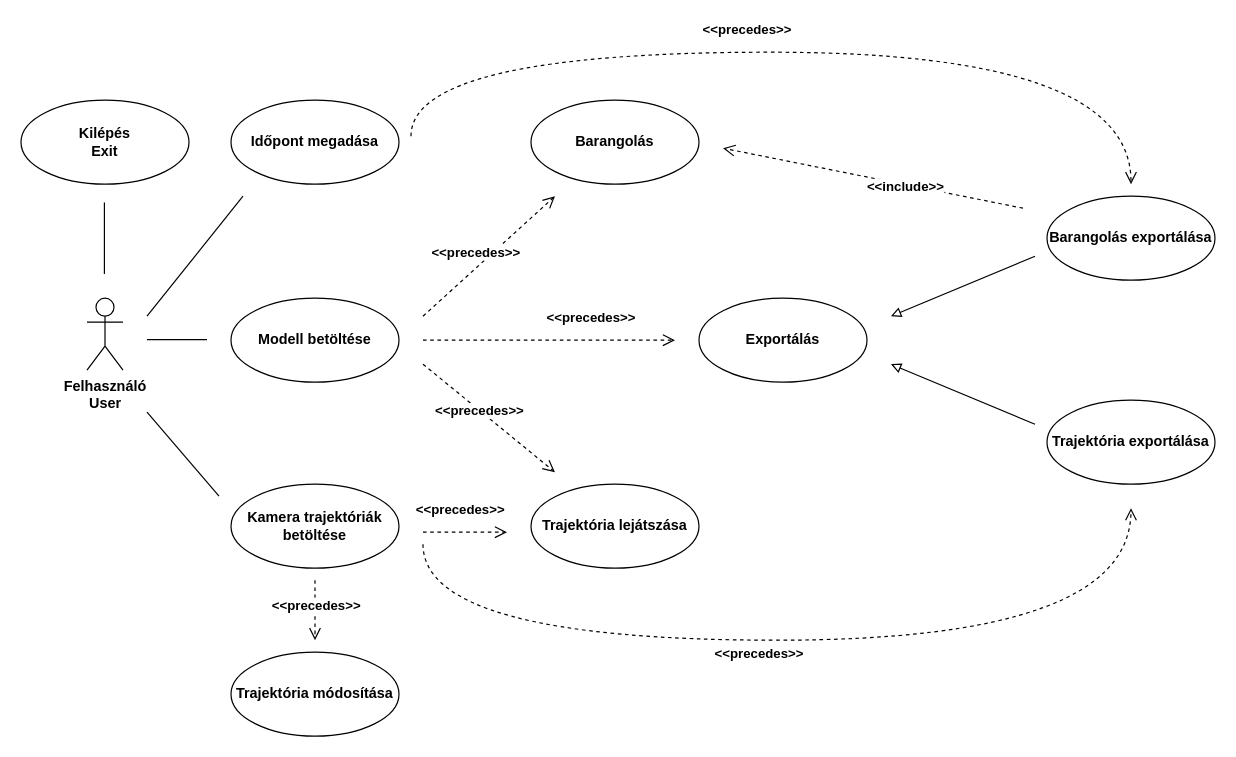
poros-tamas-gabor/ELTE-IK-DIPLOMA keeps this draw.io diagram as page "user_diagram" (1 of 5) of starting_material/Thesis.drawio. Above is the earlier version. Source tidied: cells renumbered, new cells numbered last; positions are measured from the earlier drawing's top-left corner, leaving out a move shared by most shapes. Both pictures are drawn from the tidied source at 120%, with x=0, y=0 at pixel (20, 52).
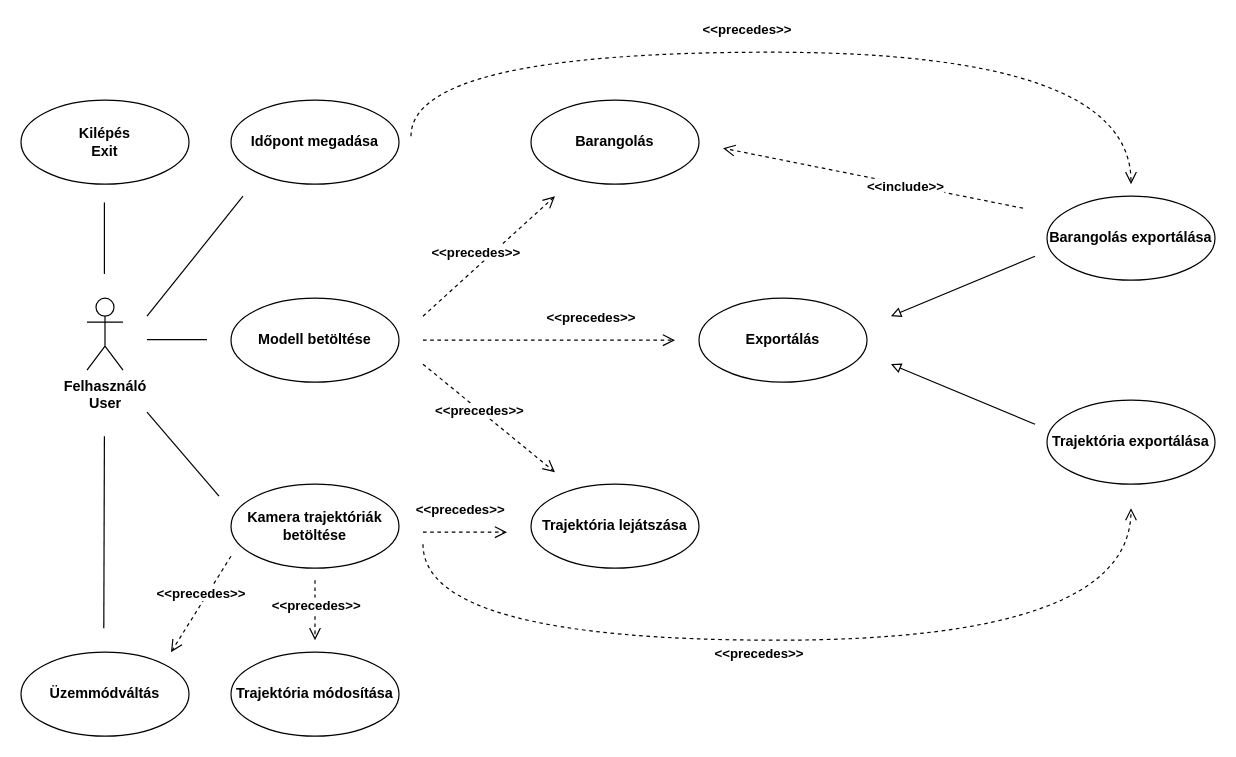
The same diagram, later.

Commit message (it also covers changes not shown here):
first uml class diagram

Diff of the diagram source:
```diff
@@
+    <mxCell id="35" value="Üzemmódváltás" style="ellipse;whiteSpace=wrap;html=1;fontStyle=1;" parent="1" vertex="1">
+      <mxGeometry y="500" width="140" height="70" as="geometry" />
+    </mxCell>
+    <mxCell id="36" style="edgeStyle=none;rounded=0;orthogonalLoop=1;jettySize=auto;html=1;dashed=1;endArrow=open;endFill=0;endSize=8;" parent="1" edge="1">
+      <mxGeometry relative="1" as="geometry">
+        <mxPoint x="175" y="420" as="sourcePoint" />
+        <mxPoint x="125" y="500" as="targetPoint" />
+      </mxGeometry>
+    </mxCell>
+    <mxCell id="37" value="&amp;lt;&amp;lt;precedes&amp;gt;&amp;gt;" style="edgeLabel;html=1;align=center;verticalAlign=middle;fontStyle=1;" parent="36" vertex="1">
+      <mxGeometry x="-0.2" relative="1" as="geometry">
+        <mxPoint x="-5" y="-2" as="offset" />
+      </mxGeometry>
+    </mxCell>
+    <mxCell id="38" style="endArrow=none;html=1;rounded=0;fontStyle=1;" parent="1" edge="1">
+      <mxGeometry x="-1090.5" y="458.3" as="geometry">
+        <mxPoint x="69" y="480" as="sourcePoint" />
+        <mxPoint x="69.5" y="320" as="targetPoint" />
+      </mxGeometry>
+    </mxCell>
```
